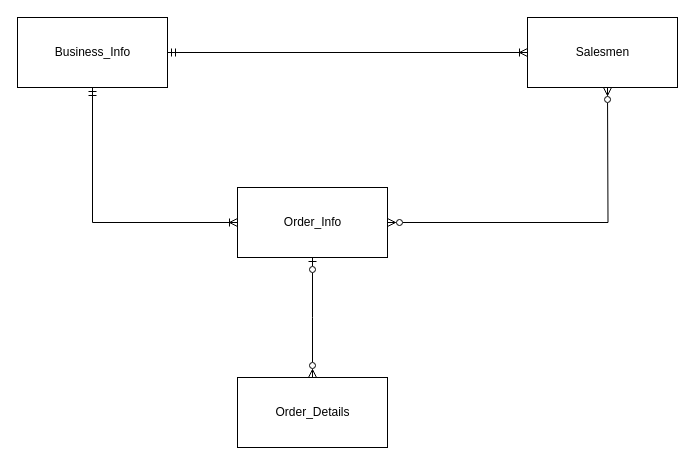
Above: TakeHomeProject.drawio in mrkwapo/DatabaseDesignAndManagement (draw.io), before the change. Source tidied: cells renumbered, new cells numbered last; positions are measured from the earlier drawing's top-left corner, leaving out a move shared by most shapes. Both pictures are drawn from the tidied source at 100%, with x=0, y=0 at pixel (17, 17).
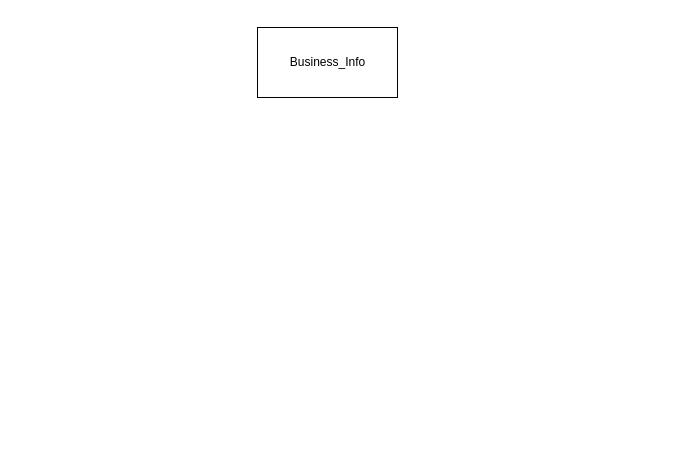
The same page after the edit.

Change to the diagram source:
```diff
@@
 <mxGraphModel>
   <root>
     <mxCell id="0" />
     <mxCell id="1" parent="0" />
-    <mxCell id="2" style="group;" parent="1" vertex="1">
-      <mxGeometry width="150" height="70" as="geometry" />
-    </mxCell>
-    <mxCell id="3" style="rounded=0;whiteSpace=wrap;html=1;" parent="2" vertex="1">
-      <mxGeometry width="150" height="70" as="geometry" />
-    </mxCell>
+    <mxCell id="18" style="group;" parent="1" vertex="1">
+      <mxGeometry x="240" y="10" width="140" height="70" as="geometry" />
+    </mxCell>
+    <mxCell id="19" style="rounded=0;whiteSpace=wrap;html=1;" parent="18" vertex="1">
+      <mxGeometry width="140" height="70" as="geometry" />
+    </mxCell>
-    <mxCell id="4" value="Business_Info" style="text;html=1;align=center;verticalAlign=middle;strokeColor=none;fillColor=none;" parent="2" vertex="1">
-      <mxGeometry x="25" y="20" width="100" height="30" as="geometry" />
+    <mxCell id="4" value="Business_Info" style="text;html=1;align=center;verticalAlign=middle;strokeColor=none;fillColor=none;" parent="18" vertex="1">
+      <mxGeometry x="20" y="20" width="100" height="30" as="geometry" />
     </mxCell>
-    <mxCell id="5" style="group;" parent="1" vertex="1">
-      <mxGeometry x="220" y="170" width="150" height="70" as="geometry" />
-    </mxCell>
-    <mxCell id="6" style="edgeStyle=orthogonalEdgeStyle;rounded=0;jettySize=auto;html=1;endArrow=ERzeroToMany;endFill=0;startArrow=ERzeroToOne;startFill=0;" parent="5" edge="1" source="8">
-      <mxGeometry relative="1" as="geometry">
-        <mxPoint x="75" y="190" as="targetPoint" />
-      </mxGeometry>
-    </mxCell>
-    <mxCell id="7" style="edgeStyle=orthogonalEdgeStyle;rounded=0;jettySize=auto;html=1;endArrow=ERzeroToMany;endFill=0;startArrow=ERzeroToMany;startFill=0;" parent="5" edge="1" source="8">
-      <mxGeometry relative="1" as="geometry">
-        <mxPoint x="370" y="-100" as="targetPoint" />
-      </mxGeometry>
-    </mxCell>
-    <mxCell id="8" style="rounded=0;whiteSpace=wrap;html=1;" parent="5" vertex="1">
-      <mxGeometry width="150" height="70" as="geometry" />
-    </mxCell>
-    <mxCell id="9" value="Order_Info" style="text;html=1;align=center;verticalAlign=middle;strokeColor=none;fillColor=none;" parent="5" vertex="1">
-      <mxGeometry x="35" y="20" width="80" height="30" as="geometry" />
-    </mxCell>
-    <mxCell id="10" style="group;" parent="1" vertex="1">
-      <mxGeometry x="510" width="150" height="70" as="geometry" />
-    </mxCell>
-    <mxCell id="11" style="rounded=0;whiteSpace=wrap;html=1;" parent="10" vertex="1">
-      <mxGeometry width="150" height="70" as="geometry" />
-    </mxCell>
-    <mxCell id="12" value="Salesmen" style="text;html=1;align=center;verticalAlign=middle;strokeColor=none;fillColor=none;" parent="10" vertex="1">
-      <mxGeometry x="35" y="20" width="80" height="30" as="geometry" />
-    </mxCell>
-    <mxCell id="13" style="edgeStyle=orthogonalEdgeStyle;rounded=0;jettySize=auto;html=1;entryX=0.5;entryY=1;entryDx=0;entryDy=0;endArrow=ERmandOne;endFill=0;startArrow=ERoneToMany;startFill=0;" parent="1" edge="1" source="8" target="3">
-      <mxGeometry relative="1" as="geometry" />
-    </mxCell>
-    <mxCell id="14" style="group;" parent="1" vertex="1">
-      <mxGeometry x="220" y="360" width="150" height="70" as="geometry" />
-    </mxCell>
-    <mxCell id="15" style="rounded=0;whiteSpace=wrap;html=1;" parent="14" vertex="1">
-      <mxGeometry width="150" height="70" as="geometry" />
-    </mxCell>
-    <mxCell id="16" value="Order_Details" style="text;html=1;align=center;verticalAlign=middle;strokeColor=none;fillColor=none;" parent="14" vertex="1">
-      <mxGeometry x="25" y="20" width="100" height="30" as="geometry" />
-    </mxCell>
-    <mxCell id="17" style="edgeStyle=orthogonalEdgeStyle;rounded=0;jettySize=auto;html=1;entryX=0;entryY=0.5;entryDx=0;entryDy=0;endArrow=ERoneToMany;endFill=0;startArrow=ERmandOne;startFill=0;" parent="1" edge="1" source="3" target="11">
-      <mxGeometry relative="1" as="geometry" />
-    </mxCell>
   </root>
 </mxGraphModel>
```
